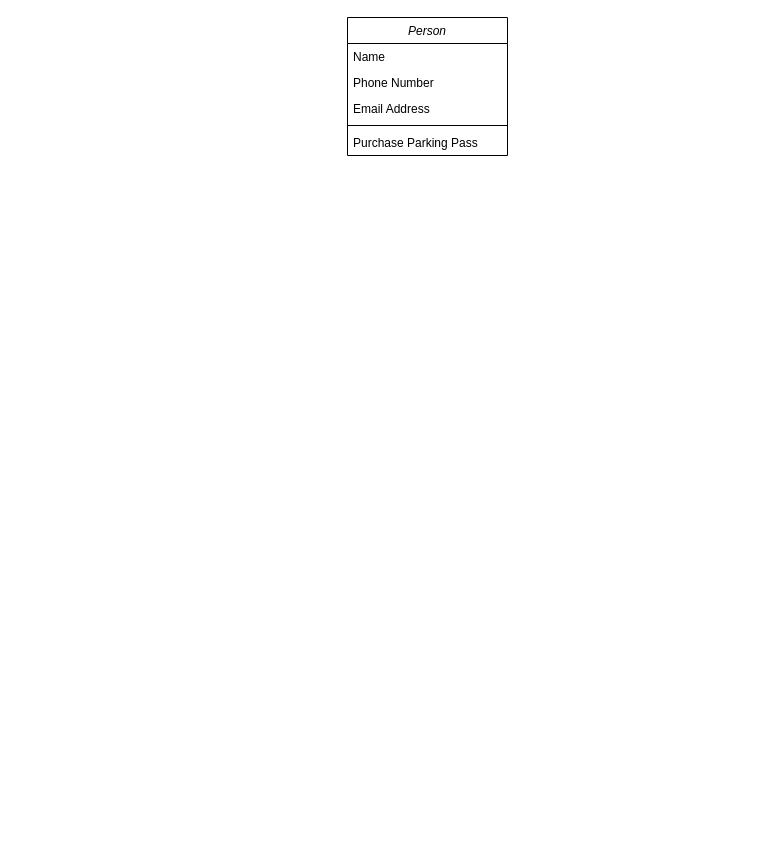
The draw.io diagram Documentation/Class Diagram.drawio in Azuara97/HockeyLeagues, before the edit. Source tidied: cells renumbered, new cells numbered last; positions are measured from the earlier drawing's top-left corner, leaving out a move shared by most shapes. Both pictures are drawn from the tidied source at 100%, with x=0, y=0 at pixel (347, 17).
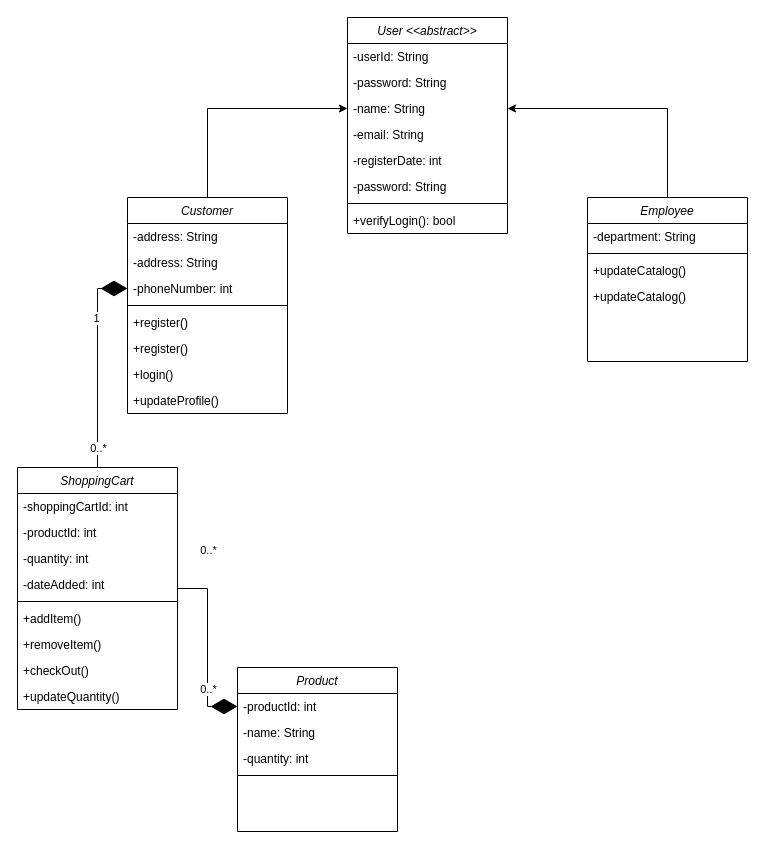
The same page after the edit.

Change to the diagram source:
```diff
@@
-    <mxCell id="2" value="Person" style="swimlane;fontStyle=2;align=center;verticalAlign=top;horizontal=1;startSize=26;rounded=0;shadow=0;strokeWidth=1;" parent="1" vertex="1">
-      <mxGeometry width="160" height="138" as="geometry" />
+    <mxCell id="2" value="User &lt;&lt;abstract&gt;&gt;" style="swimlane;fontStyle=2;align=center;verticalAlign=top;horizontal=1;startSize=26;rounded=0;shadow=0;strokeWidth=1;" parent="1" vertex="1">
+      <mxGeometry width="160" height="216" as="geometry" />
     </mxCell>
-    <mxCell id="3" value="Name" style="text;align=left;verticalAlign=top;spacingLeft=4;spacingRight=4;overflow=hidden;" parent="2" vertex="1">
+    <mxCell id="3" value="-userId: String" style="text;align=left;verticalAlign=top;spacingLeft=4;spacingRight=4;overflow=hidden;" parent="2" vertex="1">
       <mxGeometry y="26" width="160" height="26" as="geometry" />
     </mxCell>
-    <mxCell id="4" value="Phone Number" style="text;align=left;verticalAlign=top;spacingLeft=4;spacingRight=4;overflow=hidden;rounded=0;shadow=0;html=0;" parent="2" vertex="1">
+    <mxCell id="4" value="-password: String" style="text;align=left;verticalAlign=top;spacingLeft=4;spacingRight=4;overflow=hidden;rounded=0;shadow=0;html=0;" parent="2" vertex="1">
       <mxGeometry y="52" width="160" height="26" as="geometry" />
     </mxCell>
-    <mxCell id="5" value="Email Address" style="text;align=left;verticalAlign=top;spacingLeft=4;spacingRight=4;overflow=hidden;points=[[0,0.5],[1,0.5]];portConstraint=eastwest;rounded=0;shadow=0;html=0;" parent="2" vertex="1">
+    <mxCell id="5" value="-name: String" style="text;align=left;verticalAlign=top;spacingLeft=4;spacingRight=4;overflow=hidden;points=[[0,0.5],[1,0.5]];portConstraint=eastwest;rounded=0;shadow=0;html=0;" parent="2" vertex="1">
       <mxGeometry y="78" width="160" height="26" as="geometry" />
     </mxCell>
+    <mxCell id="8" value="-email: String" style="text;align=left;verticalAlign=top;spacingLeft=4;spacingRight=4;overflow=hidden;rounded=0;shadow=0;html=0;" parent="2" vertex="1">
+      <mxGeometry y="104" width="160" height="26" as="geometry" />
+    </mxCell>
+    <mxCell id="9" value="-registerDate: int" style="text;align=left;verticalAlign=top;spacingLeft=4;spacingRight=4;overflow=hidden;rounded=0;shadow=0;html=0;" parent="2" vertex="1">
+      <mxGeometry y="130" width="160" height="26" as="geometry" />
+    </mxCell>
+    <mxCell id="10" value="-password: String" style="text;align=left;verticalAlign=top;spacingLeft=4;spacingRight=4;overflow=hidden;rounded=0;shadow=0;html=0;" parent="2" vertex="1">
+      <mxGeometry y="156" width="160" height="26" as="geometry" />
+    </mxCell>
     <mxCell id="6" style="line;html=1;strokeWidth=1;align=left;verticalAlign=middle;spacingTop=-1;spacingLeft=3;spacingRight=3;labelPosition=right;" parent="2" vertex="1">
-      <mxGeometry y="104" width="160" height="8" as="geometry" />
+      <mxGeometry y="182" width="160" height="8" as="geometry" />
     </mxCell>
-    <mxCell id="7" value="Purchase Parking Pass" style="text;align=left;verticalAlign=top;spacingLeft=4;spacingRight=4;overflow=hidden;" parent="2" vertex="1">
-      <mxGeometry y="112" width="160" height="26" as="geometry" />
-    </mxCell>
+    <mxCell id="11" value="+verifyLogin(): bool" style="text;align=left;verticalAlign=top;spacingLeft=4;spacingRight=4;overflow=hidden;rounded=0;shadow=0;html=0;" parent="2" vertex="1">
+      <mxGeometry y="190" width="160" height="26" as="geometry" />
+    </mxCell>
+    <mxCell id="12" style="edgeStyle=orthogonalEdgeStyle;rounded=0;jettySize=auto;html=1;exitX=0.5;exitY=0;exitDx=0;exitDy=0;" parent="1" edge="1" source="13" target="5">
+      <mxGeometry relative="1" as="geometry" />
+    </mxCell>
+    <mxCell id="13" value="Customer" style="swimlane;fontStyle=2;align=center;verticalAlign=top;horizontal=1;startSize=26;rounded=0;shadow=0;strokeWidth=1;" parent="1" vertex="1">
+      <mxGeometry x="-220" y="180" width="160" height="216" as="geometry" />
+    </mxCell>
+    <mxCell id="14" value="-address: String" style="text;align=left;verticalAlign=top;spacingLeft=4;spacingRight=4;overflow=hidden;rounded=0;shadow=0;html=0;" parent="13" vertex="1">
+      <mxGeometry y="26" width="160" height="26" as="geometry" />
+    </mxCell>
+    <mxCell id="15" value="-address: String" style="text;align=left;verticalAlign=top;spacingLeft=4;spacingRight=4;overflow=hidden;rounded=0;shadow=0;html=0;" parent="13" vertex="1">
+      <mxGeometry y="52" width="160" height="26" as="geometry" />
+    </mxCell>
+    <mxCell id="16" value="-phoneNumber: int" style="text;align=left;verticalAlign=top;spacingLeft=4;spacingRight=4;overflow=hidden;points=[[0,0.5],[1,0.5]];portConstraint=eastwest;rounded=0;shadow=0;html=0;" parent="13" vertex="1">
+      <mxGeometry y="78" width="160" height="26" as="geometry" />
+    </mxCell>
+    <mxCell id="17" style="line;html=1;strokeWidth=1;align=left;verticalAlign=middle;spacingTop=-1;spacingLeft=3;spacingRight=3;labelPosition=right;" parent="13" vertex="1">
+      <mxGeometry y="104" width="160" height="8" as="geometry" />
+    </mxCell>
+    <mxCell id="18" value="+register()" style="text;align=left;verticalAlign=top;spacingLeft=4;spacingRight=4;overflow=hidden;rounded=0;shadow=0;html=0;" parent="13" vertex="1">
+      <mxGeometry y="112" width="160" height="26" as="geometry" />
+    </mxCell>
+    <mxCell id="19" value="+register()" style="text;align=left;verticalAlign=top;spacingLeft=4;spacingRight=4;overflow=hidden;rounded=0;shadow=0;html=0;" parent="13" vertex="1">
+      <mxGeometry y="138" width="160" height="26" as="geometry" />
+    </mxCell>
+    <mxCell id="20" value="+login()" style="text;align=left;verticalAlign=top;spacingLeft=4;spacingRight=4;overflow=hidden;rounded=0;shadow=0;html=0;" parent="13" vertex="1">
+      <mxGeometry y="164" width="160" height="26" as="geometry" />
+    </mxCell>
+    <mxCell id="21" value="+updateProfile()" style="text;align=left;verticalAlign=top;spacingLeft=4;spacingRight=4;overflow=hidden;rounded=0;shadow=0;html=0;" parent="13" vertex="1">
+      <mxGeometry y="190" width="160" height="26" as="geometry" />
+    </mxCell>
+    <mxCell id="22" style="edgeStyle=orthogonalEdgeStyle;rounded=0;jettySize=auto;html=1;exitX=0.5;exitY=0;exitDx=0;exitDy=0;entryX=1;entryY=0.5;entryDx=0;entryDy=0;" parent="1" edge="1" source="23" target="5">
+      <mxGeometry relative="1" as="geometry" />
+    </mxCell>
+    <mxCell id="23" value="Employee" style="swimlane;fontStyle=2;align=center;verticalAlign=top;horizontal=1;startSize=26;rounded=0;shadow=0;strokeWidth=1;" parent="1" vertex="1">
+      <mxGeometry x="240" y="180" width="160" height="164" as="geometry" />
+    </mxCell>
+    <mxCell id="24" value="-department: String" style="text;align=left;verticalAlign=top;spacingLeft=4;spacingRight=4;overflow=hidden;rounded=0;shadow=0;html=0;" parent="23" vertex="1">
+      <mxGeometry y="26" width="160" height="26" as="geometry" />
+    </mxCell>
+    <mxCell id="25" style="line;html=1;strokeWidth=1;align=left;verticalAlign=middle;spacingTop=-1;spacingLeft=3;spacingRight=3;labelPosition=right;" parent="23" vertex="1">
+      <mxGeometry y="52" width="160" height="8" as="geometry" />
+    </mxCell>
+    <mxCell id="26" value="+updateCatalog()" style="text;align=left;verticalAlign=top;spacingLeft=4;spacingRight=4;overflow=hidden;rounded=0;shadow=0;html=0;" parent="23" vertex="1">
+      <mxGeometry y="60" width="160" height="26" as="geometry" />
+    </mxCell>
+    <mxCell id="27" value="+updateCatalog()" style="text;align=left;verticalAlign=top;spacingLeft=4;spacingRight=4;overflow=hidden;rounded=0;shadow=0;html=0;" parent="23" vertex="1">
+      <mxGeometry y="86" width="160" height="26" as="geometry" />
+    </mxCell>
+    <mxCell id="28" value="ShoppingCart" style="swimlane;fontStyle=2;align=center;verticalAlign=top;horizontal=1;startSize=26;rounded=0;shadow=0;strokeWidth=1;" parent="1" vertex="1">
+      <mxGeometry x="-330" y="450" width="160" height="242" as="geometry" />
+    </mxCell>
+    <mxCell id="29" value="-shoppingCartId: int" style="text;align=left;verticalAlign=top;spacingLeft=4;spacingRight=4;overflow=hidden;rounded=0;shadow=0;html=0;" parent="28" vertex="1">
+      <mxGeometry y="26" width="160" height="26" as="geometry" />
+    </mxCell>
+    <mxCell id="30" value="-productId: int" style="text;align=left;verticalAlign=top;spacingLeft=4;spacingRight=4;overflow=hidden;rounded=0;shadow=0;html=0;" parent="28" vertex="1">
+      <mxGeometry y="52" width="160" height="26" as="geometry" />
+    </mxCell>
+    <mxCell id="31" value="-quantity: int" style="text;align=left;verticalAlign=top;spacingLeft=4;spacingRight=4;overflow=hidden;rounded=0;shadow=0;html=0;" parent="28" vertex="1">
+      <mxGeometry y="78" width="160" height="26" as="geometry" />
+    </mxCell>
+    <mxCell id="32" value="-dateAdded: int" style="text;align=left;verticalAlign=top;spacingLeft=4;spacingRight=4;overflow=hidden;rounded=0;shadow=0;html=0;" parent="28" vertex="1">
+      <mxGeometry y="104" width="160" height="26" as="geometry" />
+    </mxCell>
+    <mxCell id="33" style="line;html=1;strokeWidth=1;align=left;verticalAlign=middle;spacingTop=-1;spacingLeft=3;spacingRight=3;labelPosition=right;" parent="28" vertex="1">
+      <mxGeometry y="130" width="160" height="8" as="geometry" />
+    </mxCell>
+    <mxCell id="34" value="+addItem()" style="text;align=left;verticalAlign=top;spacingLeft=4;spacingRight=4;overflow=hidden;rounded=0;shadow=0;html=0;" parent="28" vertex="1">
+      <mxGeometry y="138" width="160" height="26" as="geometry" />
+    </mxCell>
+    <mxCell id="35" value="+removeItem()" style="text;align=left;verticalAlign=top;spacingLeft=4;spacingRight=4;overflow=hidden;rounded=0;shadow=0;html=0;" parent="28" vertex="1">
+      <mxGeometry y="164" width="160" height="26" as="geometry" />
+    </mxCell>
+    <mxCell id="36" value="+checkOut()" style="text;align=left;verticalAlign=top;spacingLeft=4;spacingRight=4;overflow=hidden;rounded=0;shadow=0;html=0;" parent="28" vertex="1">
+      <mxGeometry y="190" width="160" height="26" as="geometry" />
+    </mxCell>
+    <mxCell id="37" value="+updateQuantity()" style="text;align=left;verticalAlign=top;spacingLeft=4;spacingRight=4;overflow=hidden;rounded=0;shadow=0;html=0;" parent="28" vertex="1">
+      <mxGeometry y="216" width="160" height="26" as="geometry" />
+    </mxCell>
+    <mxCell id="38" style="endArrow=diamondThin;endFill=1;endSize=24;html=1;rounded=0;entryX=0;entryY=0.5;entryDx=0;entryDy=0;edgeStyle=orthogonalEdgeStyle;" parent="1" edge="1" source="28" target="16">
+      <mxGeometry relative="1" as="geometry" />
+    </mxCell>
+    <mxCell id="39" value="0..*" style="edgeLabel;html=1;align=center;verticalAlign=middle;" parent="38" vertex="1">
+      <mxGeometry x="-0.71" relative="1" as="geometry">
+        <mxPoint y="10" as="offset" />
+      </mxGeometry>
+    </mxCell>
+    <mxCell id="40" value="1" style="edgeLabel;html=1;align=center;verticalAlign=middle;" parent="1" vertex="1">
+      <mxGeometry x="-240" y="465" as="geometry">
+        <mxPoint x="-12" y="-165" as="offset" />
+      </mxGeometry>
+    </mxCell>
+    <mxCell id="41" value="Product" style="swimlane;fontStyle=2;align=center;verticalAlign=top;horizontal=1;startSize=26;rounded=0;shadow=0;strokeWidth=1;" parent="1" vertex="1">
+      <mxGeometry x="-110" y="650" width="160" height="164" as="geometry" />
+    </mxCell>
+    <mxCell id="42" value="-productId: int" style="text;align=left;verticalAlign=top;spacingLeft=4;spacingRight=4;overflow=hidden;points=[[0,0.5],[1,0.5]];portConstraint=eastwest;rounded=0;shadow=0;html=0;" parent="41" vertex="1">
+      <mxGeometry y="26" width="160" height="26" as="geometry" />
+    </mxCell>
+    <mxCell id="43" value="-name: String" style="text;align=left;verticalAlign=top;spacingLeft=4;spacingRight=4;overflow=hidden;rounded=0;shadow=0;html=0;" parent="41" vertex="1">
+      <mxGeometry y="52" width="160" height="26" as="geometry" />
+    </mxCell>
+    <mxCell id="44" value="-quantity: int" style="text;align=left;verticalAlign=top;spacingLeft=4;spacingRight=4;overflow=hidden;rounded=0;shadow=0;html=0;" parent="41" vertex="1">
+      <mxGeometry y="78" width="160" height="26" as="geometry" />
+    </mxCell>
+    <mxCell id="45" style="line;html=1;strokeWidth=1;align=left;verticalAlign=middle;spacingTop=-1;spacingLeft=3;spacingRight=3;labelPosition=right;" parent="41" vertex="1">
+      <mxGeometry y="104" width="160" height="8" as="geometry" />
+    </mxCell>
+    <mxCell id="46" style="endArrow=diamondThin;endFill=1;endSize=24;html=1;rounded=0;exitX=1;exitY=0.5;exitDx=0;exitDy=0;edgeStyle=orthogonalEdgeStyle;entryX=0;entryY=0.5;entryDx=0;entryDy=0;" parent="1" edge="1" source="28" target="42">
+      <mxGeometry relative="1" as="geometry" />
+    </mxCell>
+    <mxCell id="47" value="0..*" style="edgeLabel;html=1;align=center;verticalAlign=middle;" parent="46" vertex="1">
+      <mxGeometry x="0.42" y="3" relative="1" as="geometry">
+        <mxPoint x="-3" y="4" as="offset" />
+      </mxGeometry>
+    </mxCell>
+    <mxCell id="48" value="0..*" style="edgeLabel;html=1;align=center;verticalAlign=middle;" parent="1" vertex="1">
+      <mxGeometry x="-140" y="532" as="geometry" />
+    </mxCell>
```
